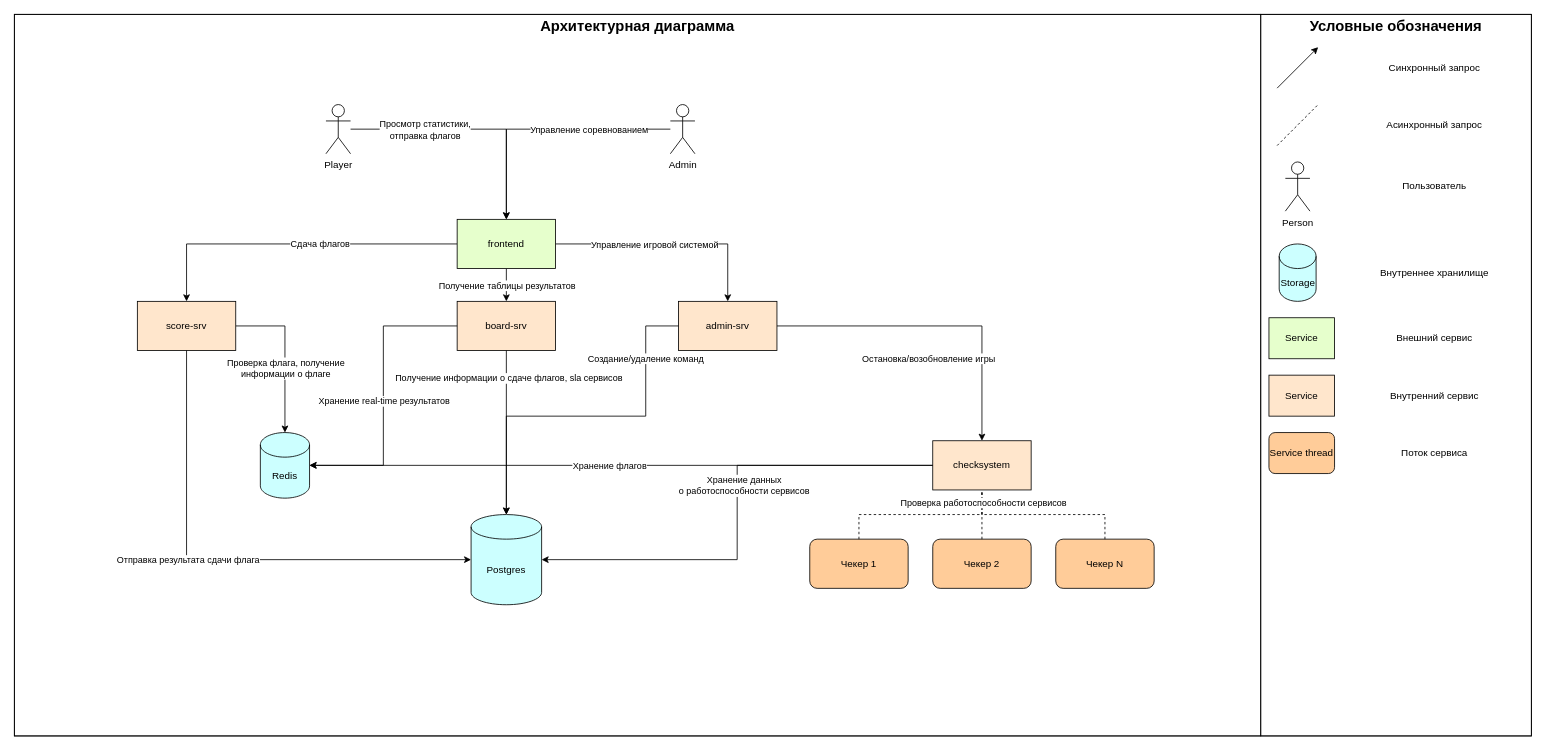
Above: docs/arch.drawio in SgffCTF/ABOBA (draw.io), before the change. Source tidied: cells renumbered, new cells numbered last; positions are measured from the earlier drawing's top-left corner, leaving out a move shared by most shapes. Both pictures are drawn from the tidied source at 82%, with x=0, y=0 at pixel (14, 14).
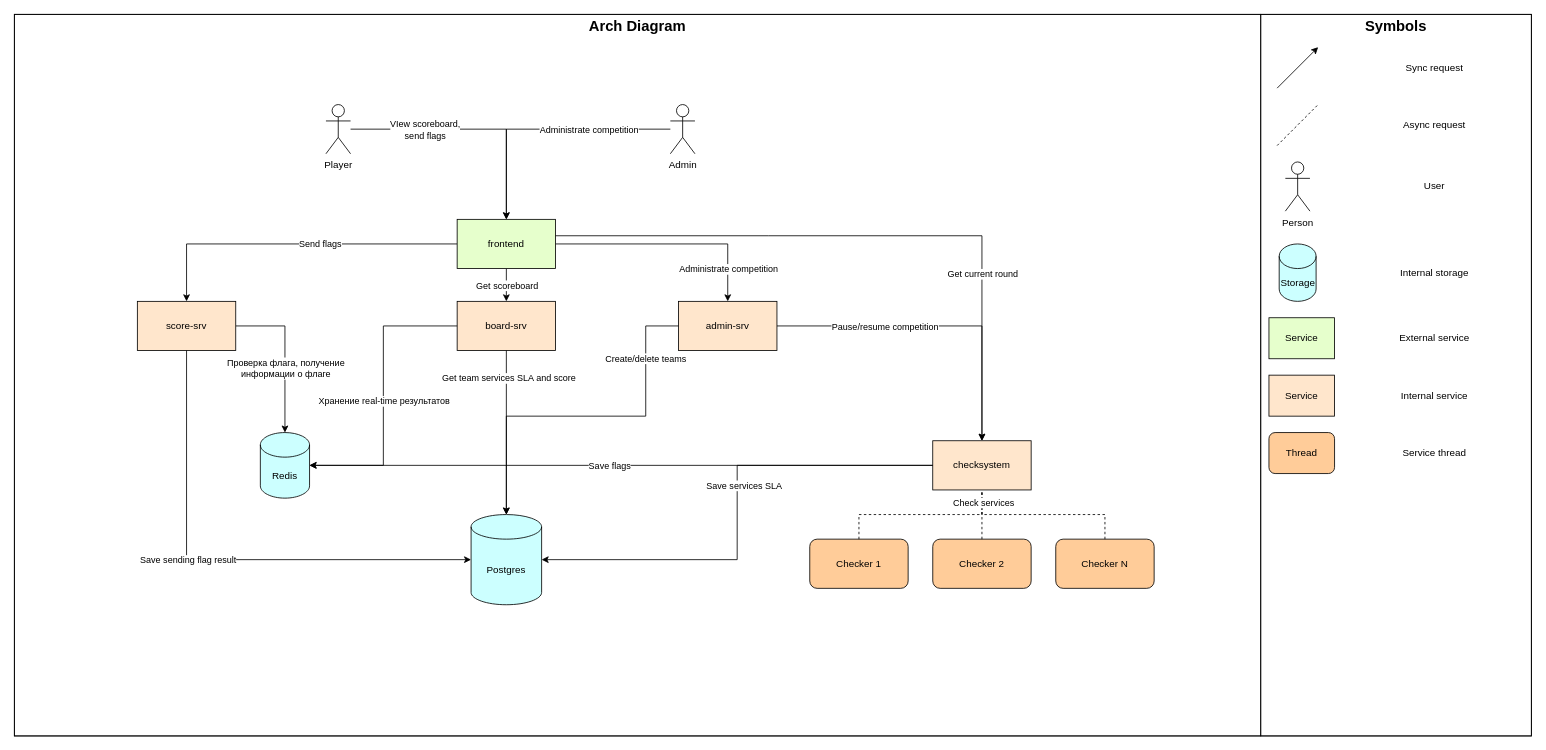
The same page after the edit.

Commit message (it also covers changes not shown here):
docs: update arch diagram

The change refers to these unchanged cells:
```xml
<mxCell id="8" style="edgeStyle=orthogonalEdgeStyle;rounded=0;jettySize=auto;html=1;entryX=0.5;entryY=0;entryDx=0;entryDy=0;" parent="1" edge="1" source="10" target="20">
  <mxGeometry relative="1" as="geometry" />
</mxCell>
<mxCell id="11" style="edgeStyle=orthogonalEdgeStyle;rounded=0;jettySize=auto;html=1;entryX=0.5;entryY=0;entryDx=0;entryDy=0;" parent="1" edge="1" source="13" target="20">
  <mxGeometry relative="1" as="geometry">
    <Array as="points">
      <mxPoint x="600" y="140" />
    </Array>
  </mxGeometry>
</mxCell>
<mxCell id="14" style="edgeStyle=orthogonalEdgeStyle;rounded=0;jettySize=auto;html=1;" parent="1" edge="1" source="20" target="7">
  <mxGeometry relative="1" as="geometry" />
</mxCell>
<mxCell id="16" style="edgeStyle=orthogonalEdgeStyle;rounded=0;jettySize=auto;html=1;entryX=0.5;entryY=0;entryDx=0;entryDy=0;" parent="1" edge="1" source="20" target="22">
  <mxGeometry relative="1" as="geometry" />
</mxCell>
<mxCell id="18" style="edgeStyle=orthogonalEdgeStyle;rounded=0;jettySize=auto;html=1;" parent="1" edge="1" source="20" target="25">
  <mxGeometry relative="1" as="geometry" />
</mxCell>
<mxCell id="23" style="edgeStyle=orthogonalEdgeStyle;rounded=0;jettySize=auto;html=1;entryX=0.5;entryY=0;entryDx=0;entryDy=0;exitX=1;exitY=0.5;exitDx=0;exitDy=0;" parent="1" edge="1" source="25" target="26">
  <mxGeometry relative="1" as="geometry">
    <Array as="points">
      <mxPoint x="1180" y="380" />
    </Array>
  </mxGeometry>
</mxCell>
<mxCell id="27" style="edgeStyle=orthogonalEdgeStyle;rounded=0;jettySize=auto;html=1;entryX=1;entryY=0.5;entryDx=0;entryDy=0;entryPerimeter=0;" parent="1" edge="1" source="26" target="21">
  <mxGeometry relative="1" as="geometry" />
</mxCell>
<mxCell id="29" style="edgeStyle=orthogonalEdgeStyle;rounded=0;jettySize=auto;html=1;entryX=0.5;entryY=0;entryDx=0;entryDy=0;entryPerimeter=0;" parent="1" edge="1" source="22" target="21">
  <mxGeometry relative="1" as="geometry" />
</mxCell>
<mxCell id="33" style="edgeStyle=orthogonalEdgeStyle;rounded=0;jettySize=auto;html=1;entryX=0;entryY=0.5;entryDx=0;entryDy=0;entryPerimeter=0;exitX=0.5;exitY=1;exitDx=0;exitDy=0;" parent="1" edge="1" source="7" target="21">
  <mxGeometry relative="1" as="geometry" />
</mxCell>
<mxCell id="35" style="edgeStyle=orthogonalEdgeStyle;rounded=0;jettySize=auto;html=1;entryX=0.5;entryY=0;entryDx=0;entryDy=0;entryPerimeter=0;" parent="1" edge="1" source="25" target="21">
  <mxGeometry relative="1" as="geometry">
    <Array as="points">
      <mxPoint x="770" y="490" />
      <mxPoint x="600" y="490" />
    </Array>
  </mxGeometry>
</mxCell>
<mxCell id="38" style="edgeStyle=orthogonalEdgeStyle;rounded=0;jettySize=auto;html=1;entryX=1;entryY=0.5;entryDx=0;entryDy=0;entryPerimeter=0;" parent="1" edge="1" source="26" target="37">
  <mxGeometry relative="1" as="geometry" />
</mxCell>
<mxCell id="45" style="endArrow=none;dashed=1;html=1;rounded=0;entryX=0.5;entryY=1;entryDx=0;entryDy=0;exitX=0.5;exitY=0;exitDx=0;exitDy=0;edgeStyle=orthogonalEdgeStyle;" parent="1" edge="1" source="42" target="26">
  <mxGeometry relative="1" as="geometry" />
</mxCell>
```

The edit, as a diff of the source:
```diff
@@
-    <mxCell id="9" value="Просмотр статистики,&lt;br&gt;отправка флагов" style="edgeLabel;html=1;align=center;verticalAlign=middle;" parent="8" vertex="1">
+    <mxCell id="9" value="VIew scoreboard,&lt;br&gt;send flags" style="edgeLabel;html=1;align=center;verticalAlign=middle;" parent="8" vertex="1">
       <mxGeometry x="-0.48" y="-1" relative="1" as="geometry">
         <mxPoint x="12" y="-1" as="offset" />
       </mxGeometry>
     </mxCell>
@@
-    <mxCell id="12" value="Управление соревнованием" style="edgeLabel;html=1;align=center;verticalAlign=middle;" parent="11" vertex="1">
+    <mxCell id="12" value="Administrate competition" style="edgeLabel;html=1;align=center;verticalAlign=middle;" parent="11" vertex="1">
       <mxGeometry x="-0.45" y="1" relative="1" as="geometry">
         <mxPoint x="-15" y="-1" as="offset" />
       </mxGeometry>
     </mxCell>
@@
-    <mxCell id="15" value="Сдача флагов" style="edgeLabel;html=1;align=center;verticalAlign=middle;" parent="14" vertex="1">
+    <mxCell id="15" value="Send flags" style="edgeLabel;html=1;align=center;verticalAlign=middle;" parent="14" vertex="1">
       <mxGeometry x="-0.16" y="-1" relative="1" as="geometry" />
     </mxCell>
@@
-    <mxCell id="17" value="Получение таблицы результатов" style="edgeLabel;html=1;align=center;verticalAlign=middle;" parent="16" vertex="1">
+    <mxCell id="17" value="Get scoreboard" style="edgeLabel;html=1;align=center;verticalAlign=middle;" parent="16" vertex="1">
       <mxGeometry x="0.23" y="-1" relative="1" as="geometry">
         <mxPoint x="1" y="-5" as="offset" />
       </mxGeometry>
     </mxCell>
@@
-    <mxCell id="19" value="Управление игровой системой" style="edgeLabel;html=1;align=center;verticalAlign=middle;" parent="18" vertex="1">
+    <mxCell id="19" value="Administrate competition" style="edgeLabel;html=1;align=center;verticalAlign=middle;" parent="18" vertex="1">
       <mxGeometry x="0.2" y="2" relative="1" as="geometry">
-        <mxPoint x="-48" y="2" as="offset" />
+        <mxPoint x="42" y="32" as="offset" />
       </mxGeometry>
     </mxCell>
@@
-    <mxCell id="24" value="Остановка/возобновление игры" style="edgeLabel;html=1;align=center;verticalAlign=middle;" parent="23" vertex="1">
+    <mxCell id="24" value="Pause/resume competition" style="edgeLabel;html=1;align=center;verticalAlign=middle;" parent="23" vertex="1">
       <mxGeometry x="-0.07" y="-3" relative="1" as="geometry">
-        <mxPoint x="3" y="36" as="offset" />
+        <mxPoint x="-50" y="-3" as="offset" />
       </mxGeometry>
     </mxCell>
@@
-    <mxCell id="28" value="Хранение данных&lt;br&gt;о работоспособности сервисов" style="edgeLabel;html=1;align=center;verticalAlign=middle;" parent="27" vertex="1">
+    <mxCell id="28" value="Save services SLA" style="edgeLabel;html=1;align=center;verticalAlign=middle;" parent="27" vertex="1">
       <mxGeometry x="-0.23" y="2" relative="1" as="geometry">
         <mxPoint x="-3" y="22" as="offset" />
       </mxGeometry>
     </mxCell>
@@
-    <mxCell id="30" value="Получение информации о сдаче флагов, sla сервисов" style="edgeLabel;html=1;align=center;verticalAlign=middle;" parent="29" vertex="1">
+    <mxCell id="30" value="Get team services SLA and score" style="edgeLabel;html=1;align=center;verticalAlign=middle;" parent="29" vertex="1">
       <mxGeometry x="-0.67" y="2" relative="1" as="geometry" />
     </mxCell>
-    <mxCell id="31" value="Чекер 1" style="rounded=1;whiteSpace=wrap;html=1;fillColor=#FFCC99;" parent="1" vertex="1">
+    <mxCell id="31" value="Checker 1" style="rounded=1;whiteSpace=wrap;html=1;fillColor=#FFCC99;" parent="1" vertex="1">
       <mxGeometry x="970" y="640" width="120" height="60" as="geometry" />
     </mxCell>
-    <mxCell id="32" value="Чекер 2" style="rounded=1;whiteSpace=wrap;html=1;fillColor=#FFCC99;" parent="1" vertex="1">
+    <mxCell id="32" value="Checker 2" style="rounded=1;whiteSpace=wrap;html=1;fillColor=#FFCC99;" parent="1" vertex="1">
       <mxGeometry x="1120" y="640" width="120" height="60" as="geometry" />
     </mxCell>
@@
-    <mxCell id="34" value="Отправка результата сдачи флага" style="edgeLabel;html=1;align=center;verticalAlign=middle;" parent="33" vertex="1">
+    <mxCell id="34" value="Save sending flag result" style="edgeLabel;html=1;align=center;verticalAlign=middle;" parent="33" vertex="1">
       <mxGeometry x="-0.15" relative="1" as="geometry" />
     </mxCell>
@@
-    <mxCell id="36" value="Создание/удаление команд" style="edgeLabel;html=1;align=center;verticalAlign=middle;" parent="35" vertex="1">
+    <mxCell id="36" value="Create/delete teams" style="edgeLabel;html=1;align=center;verticalAlign=middle;" parent="35" vertex="1">
       <mxGeometry x="-0.6" y="-1" relative="1" as="geometry">
         <mxPoint y="-9" as="offset" />
       </mxGeometry>
     </mxCell>
@@
-    <mxCell id="39" value="Хранение флагов" style="edgeLabel;html=1;align=center;verticalAlign=middle;" parent="38" vertex="1">
+    <mxCell id="39" value="Save flags" style="edgeLabel;html=1;align=center;verticalAlign=middle;" parent="38" vertex="1">
       <mxGeometry x="0.14" y="-2" relative="1" as="geometry">
         <mxPoint x="38" y="2" as="offset" />
       </mxGeometry>
     </mxCell>
@@
-    <mxCell id="42" value="Чекер N" style="rounded=1;whiteSpace=wrap;html=1;fillColor=#FFCC99;" parent="1" vertex="1">
+    <mxCell id="42" value="Checker N" style="rounded=1;whiteSpace=wrap;html=1;fillColor=#FFCC99;" parent="1" vertex="1">
       <mxGeometry x="1270" y="640" width="120" height="60" as="geometry" />
     </mxCell>
@@
-    <mxCell id="46" value="Проверка работоспособности сервисов" style="edgeLabel;html=1;align=center;verticalAlign=middle;" parent="45" vertex="1">
+    <mxCell id="46" value="Check services" style="edgeLabel;html=1;align=center;verticalAlign=middle;" parent="45" vertex="1">
       <mxGeometry x="0.86" relative="1" as="geometry">
         <mxPoint x="1" as="offset" />
       </mxGeometry>
     </mxCell>
-    <mxCell id="47" value="&lt;b&gt;&lt;font style=&quot;font-size: 18px;&quot;&gt;Архитектурная диаграмма&lt;/font&gt;&lt;/b&gt;" style="text;html=1;align=center;verticalAlign=middle;whiteSpace=wrap;rounded=0;" parent="1" vertex="1">
+    <mxCell id="47" value="&lt;font style=&quot;font-size: 18px;&quot;&gt;&lt;b&gt;Arch Diagram&lt;/b&gt;&lt;/font&gt;" style="text;html=1;align=center;verticalAlign=middle;whiteSpace=wrap;rounded=0;" parent="1" vertex="1">
       <mxGeometry width="1520" height="30" as="geometry" />
     </mxCell>
-    <mxCell id="48" value="&lt;b&gt;&lt;font style=&quot;font-size: 18px;&quot;&gt;Условные обозначения&lt;/font&gt;&lt;/b&gt;" style="text;html=1;align=center;verticalAlign=middle;whiteSpace=wrap;rounded=0;" parent="1" vertex="1">
+    <mxCell id="48" value="&lt;b&gt;&lt;font style=&quot;font-size: 18px;&quot;&gt;Symbols&lt;/font&gt;&lt;/b&gt;" style="text;html=1;align=center;verticalAlign=middle;whiteSpace=wrap;rounded=0;" parent="1" vertex="1">
       <mxGeometry x="1520" width="330" height="30" as="geometry" />
     </mxCell>
@@
-    <mxCell id="50" value="Синхронный запрос" style="text;html=1;align=center;verticalAlign=middle;whiteSpace=wrap;rounded=0;" parent="1" vertex="1">
+    <mxCell id="50" value="Sync request" style="text;html=1;align=center;verticalAlign=middle;whiteSpace=wrap;rounded=0;" parent="1" vertex="1">
       <mxGeometry x="1614" y="50" width="236" height="30" as="geometry" />
     </mxCell>
@@
-    <mxCell id="52" value="Асинхронный запрос" style="text;html=1;align=center;verticalAlign=middle;whiteSpace=wrap;rounded=0;" parent="1" vertex="1">
+    <mxCell id="52" value="Async request" style="text;html=1;align=center;verticalAlign=middle;whiteSpace=wrap;rounded=0;" parent="1" vertex="1">
       <mxGeometry x="1614" y="120" width="236" height="30" as="geometry" />
     </mxCell>
@@
-    <mxCell id="54" value="Пользователь" style="text;html=1;align=center;verticalAlign=middle;whiteSpace=wrap;rounded=0;" parent="1" vertex="1">
+    <mxCell id="54" value="User" style="text;html=1;align=center;verticalAlign=middle;whiteSpace=wrap;rounded=0;" parent="1" vertex="1">
       <mxGeometry x="1614" y="195" width="236" height="30" as="geometry" />
     </mxCell>
@@
-    <mxCell id="56" value="Внутреннее хранилище" style="text;html=1;align=center;verticalAlign=middle;whiteSpace=wrap;rounded=0;" parent="1" vertex="1">
+    <mxCell id="56" value="Internal storage" style="text;html=1;align=center;verticalAlign=middle;whiteSpace=wrap;rounded=0;" parent="1" vertex="1">
       <mxGeometry x="1614" y="300" width="236" height="30" as="geometry" />
     </mxCell>
@@
-    <mxCell id="58" value="Внешний сервис" style="text;html=1;align=center;verticalAlign=middle;whiteSpace=wrap;rounded=0;" parent="1" vertex="1">
+    <mxCell id="58" value="External service" style="text;html=1;align=center;verticalAlign=middle;whiteSpace=wrap;rounded=0;" parent="1" vertex="1">
       <mxGeometry x="1614" y="380" width="236" height="30" as="geometry" />
     </mxCell>
@@
-    <mxCell id="60" value="Внутренний сервис" style="text;html=1;align=center;verticalAlign=middle;whiteSpace=wrap;rounded=0;" parent="1" vertex="1">
+    <mxCell id="60" value="Internal service" style="text;html=1;align=center;verticalAlign=middle;whiteSpace=wrap;rounded=0;" parent="1" vertex="1">
       <mxGeometry x="1614" y="450" width="236" height="30" as="geometry" />
     </mxCell>
-    <mxCell id="61" value="Service thread" style="rounded=1;whiteSpace=wrap;html=1;fillColor=#FFCC99;" parent="1" vertex="1">
+    <mxCell id="61" value="Thread" style="rounded=1;whiteSpace=wrap;html=1;fillColor=#FFCC99;" parent="1" vertex="1">
       <mxGeometry x="1530" y="510" width="80" height="50" as="geometry" />
     </mxCell>
-    <mxCell id="62" value="Поток сервиса" style="text;html=1;align=center;verticalAlign=middle;whiteSpace=wrap;rounded=0;" parent="1" vertex="1">
+    <mxCell id="62" value="Service thread" style="text;html=1;align=center;verticalAlign=middle;whiteSpace=wrap;rounded=0;" parent="1" vertex="1">
       <mxGeometry x="1614" y="520" width="236" height="30" as="geometry" />
     </mxCell>
+    <mxCell id="63" style="endArrow=classic;html=1;rounded=0;entryX=0.5;entryY=0;entryDx=0;entryDy=0;" parent="1" edge="1">
+      <mxGeometry relative="1" as="geometry">
+        <mxPoint x="660" y="270" as="sourcePoint" />
+        <mxPoint x="1180" y="520" as="targetPoint" />
+        <Array as="points">
+          <mxPoint x="920" y="270" />
+          <mxPoint x="1180" y="270" />
+        </Array>
+      </mxGeometry>
+    </mxCell>
+    <mxCell id="64" value="Get current round" style="edgeLabel;html=1;align=center;verticalAlign=middle;" parent="63" vertex="1">
+      <mxGeometry x="0.47" relative="1" as="geometry" />
+    </mxCell>
```
